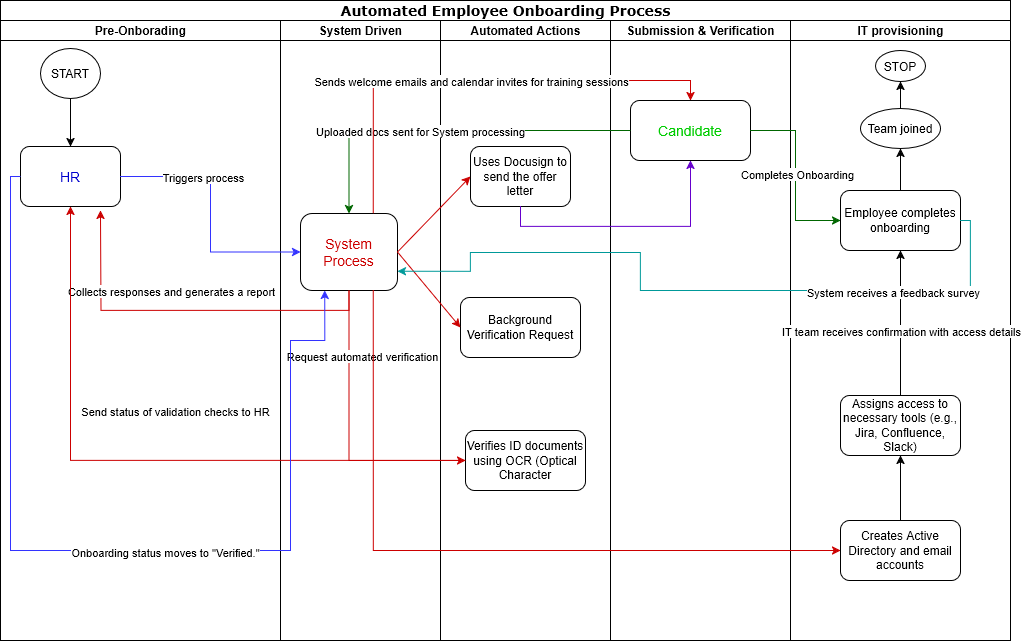
dhiradc/Analytics_Hub keeps this draw.io diagram as Case Studies/Automated_Employee_Onboarding_Process.drawio.png. Above is the earlier version. Source tidied: cells renumbered, new cells last; positions are measured from the earlier drawing's top-left corner, leaving out a move shared by most shapes.
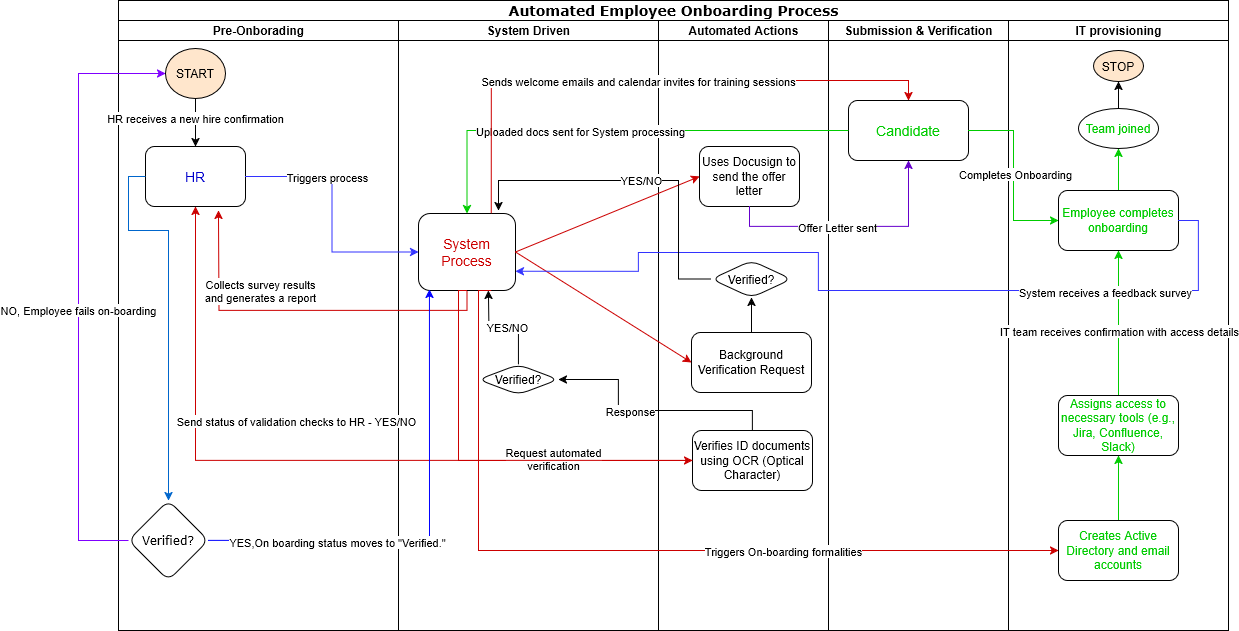
Later version of the same file.

Commit message:
Updated the process flow

Change to the diagram source:
```diff
@@ -5,9 +5,9 @@
     <mxCell id="2" value="&lt;font style=&quot;font-size: 14px;&quot;&gt;&lt;strong&gt;Automated Employee Onboarding Process&lt;/strong&gt;&lt;/font&gt;" style="swimlane;html=1;startSize=20;rounded=0;shadow=0;labelBackgroundColor=none;strokeWidth=1;fontFamily=Verdana;fontSize=8;align=center;" parent="1" vertex="1">
-      <mxGeometry width="1010" height="640" as="geometry" />
+      <mxGeometry width="1110" height="630" as="geometry" />
     </mxCell>
     <mxCell id="3" value="Pre-Onborading" style="swimlane;html=1;startSize=20;" parent="2" vertex="1">
-      <mxGeometry y="20" width="280" height="620" as="geometry" />
+      <mxGeometry y="20" width="280" height="610" as="geometry" />
     </mxCell>
     <mxCell id="4" value="&lt;font style=&quot;font-size: 14px; color: rgb(0, 0, 204);&quot; face=&quot;Helvetica&quot;&gt;HR&lt;/font&gt;" style="rounded=1;whiteSpace=wrap;html=1;shadow=0;labelBackgroundColor=none;strokeWidth=1;fontFamily=Verdana;fontSize=8;align=center;" parent="3" vertex="1">
-      <mxGeometry x="20" y="126" width="100" height="60" as="geometry" />
+      <mxGeometry x="27" y="126" width="100" height="60" as="geometry" />
     </mxCell>
@@ -16,6 +16,32 @@
     </mxCell>
+    <mxCell id="55" value="HR receives a new hire confirmation" style="edgeLabel;html=1;align=center;verticalAlign=middle;" parent="5" vertex="1">
+      <mxGeometry x="-0.21" y="-1" relative="1" as="geometry" />
+    </mxCell>
-    <mxCell id="6" value="START" style="ellipse;whiteSpace=wrap;html=1;" parent="3" vertex="1">
-      <mxGeometry x="40" y="28" width="60" height="50" as="geometry" />
+    <mxCell id="6" value="START" style="ellipse;whiteSpace=wrap;html=1;fillColor=#FFE6CC;" parent="3" vertex="1">
+      <mxGeometry x="47" y="28" width="60" height="50" as="geometry" />
     </mxCell>
+    <mxCell id="56" style="edgeStyle=orthogonalEdgeStyle;rounded=0;jettySize=auto;html=1;exitX=0;exitY=0.5;exitDx=0;exitDy=0;entryX=0;entryY=0.5;entryDx=0;entryDy=0;strokeColor=#7F00FF;" parent="3" edge="1" source="58" target="6">
+      <mxGeometry relative="1" as="geometry">
+        <Array as="points">
+          <mxPoint x="-40" y="520" />
+          <mxPoint x="-40" y="53" />
+        </Array>
+      </mxGeometry>
+    </mxCell>
+    <mxCell id="57" value="NO, Employee fails on-boarding" style="edgeLabel;html=1;align=center;verticalAlign=middle;" parent="56" vertex="1">
+      <mxGeometry x="-0.07" y="1" relative="1" as="geometry" />
+    </mxCell>
+    <mxCell id="58" value="&lt;font style=&quot;font-size: 12px;&quot;&gt;Verified?&lt;/font&gt;" style="rhombus;whiteSpace=wrap;html=1;fontSize=8;fontFamily=Verdana;rounded=1;shadow=0;labelBackgroundColor=none;strokeWidth=1;" parent="3" vertex="1">
+      <mxGeometry x="10" y="480" width="80" height="80" as="geometry" />
+    </mxCell>
+    <mxCell id="59" style="edgeStyle=orthogonalEdgeStyle;rounded=0;jettySize=auto;html=1;exitX=0;exitY=0.5;exitDx=0;exitDy=0;strokeColor=#0066CC;" parent="3" edge="1" source="4" target="58">
+      <mxGeometry relative="1" as="geometry">
+        <Array as="points">
+          <mxPoint x="10" y="156" />
+          <mxPoint x="10" y="210" />
+          <mxPoint x="50" y="210" />
+        </Array>
+      </mxGeometry>
+    </mxCell>
-    <mxCell id="7" style="edgeStyle=orthogonalEdgeStyle;rounded=1;html=1;labelBackgroundColor=none;startArrow=none;startFill=0;startSize=5;endArrow=classicThin;endFill=1;endSize=5;jettySize=auto;strokeWidth=1;fontFamily=Verdana;fontSize=8;" parent="2" edge="1" source="x">
+    <mxCell id="7" style="edgeStyle=orthogonalEdgeStyle;rounded=1;html=1;labelBackgroundColor=none;startArrow=none;startFill=0;startSize=5;endArrow=classicThin;endFill=1;endSize=5;jettySize=auto;orthogonalLoop=1;strokeWidth=1;fontFamily=Verdana;fontSize=8;" parent="2" edge="1">
       <mxGeometry relative="1" as="geometry">
@@ -24,3 +50,3 @@
     </mxCell>
-    <mxCell id="8" style="edgeStyle=orthogonalEdgeStyle;rounded=1;html=1;labelBackgroundColor=none;startArrow=none;startFill=0;startSize=5;endArrow=classicThin;endFill=1;endSize=5;jettySize=auto;strokeWidth=1;fontFamily=Verdana;fontSize=8;" parent="2" edge="1" source="x">
+    <mxCell id="8" style="edgeStyle=orthogonalEdgeStyle;rounded=1;html=1;labelBackgroundColor=none;startArrow=none;startFill=0;startSize=5;endArrow=classicThin;endFill=1;endSize=5;jettySize=auto;orthogonalLoop=1;strokeWidth=1;fontFamily=Verdana;fontSize=8;" parent="2" edge="1">
       <mxGeometry relative="1" as="geometry">
@@ -29,3 +55,3 @@
     </mxCell>
-    <mxCell id="9" style="edgeStyle=orthogonalEdgeStyle;rounded=1;html=1;labelBackgroundColor=none;startArrow=none;startFill=0;startSize=5;endArrow=classicThin;endFill=1;endSize=5;jettySize=auto;strokeWidth=1;fontFamily=Verdana;fontSize=8;" parent="2" edge="1" target="x">
+    <mxCell id="9" style="edgeStyle=orthogonalEdgeStyle;rounded=1;html=1;labelBackgroundColor=none;startArrow=none;startFill=0;startSize=5;endArrow=classicThin;endFill=1;endSize=5;jettySize=auto;orthogonalLoop=1;strokeWidth=1;fontFamily=Verdana;fontSize=8;" parent="2" edge="1">
       <mxGeometry relative="1" as="geometry">
@@ -39,3 +65,3 @@
     </mxCell>
-    <mxCell id="10" style="edgeStyle=orthogonalEdgeStyle;rounded=1;html=1;labelBackgroundColor=none;startArrow=none;startFill=0;startSize=5;endArrow=classicThin;endFill=1;endSize=5;jettySize=auto;strokeWidth=1;fontFamily=Verdana;fontSize=8;" parent="2" edge="1" source="x">
+    <mxCell id="10" style="edgeStyle=orthogonalEdgeStyle;rounded=1;html=1;labelBackgroundColor=none;startArrow=none;startFill=0;startSize=5;endArrow=classicThin;endFill=1;endSize=5;jettySize=auto;orthogonalLoop=1;strokeWidth=1;fontFamily=Verdana;fontSize=8;" parent="2" edge="1">
       <mxGeometry relative="1" as="geometry">
@@ -45,3 +71,3 @@
     <mxCell id="11" value="System Driven" style="swimlane;html=1;startSize=20;" parent="2" vertex="1">
-      <mxGeometry x="280" y="20" width="160" height="620" as="geometry" />
+      <mxGeometry x="280" y="20" width="260" height="610" as="geometry" />
     </mxCell>
@@ -52,5 +78,5 @@
     </mxCell>
-    <mxCell id="13" value="Collects responses and generates a report" style="edgeLabel;html=1;align=center;verticalAlign=middle;" parent="12" vertex="1">
+    <mxCell id="13" value="Collects survey results &lt;br&gt;and generates a report" style="edgeLabel;html=1;align=center;verticalAlign=middle;" parent="12" vertex="1">
       <mxGeometry x="-0.26" y="2" relative="1" as="geometry">
-        <mxPoint x="-63" y="-22" as="offset" />
+        <mxPoint x="-92" y="-22" as="offset" />
       </mxGeometry>
@@ -60,18 +86,37 @@
     </mxCell>
+    <mxCell id="60" style="edgeStyle=orthogonalEdgeStyle;rounded=0;jettySize=auto;html=1;" parent="11" edge="1" source="62">
+      <mxGeometry relative="1" as="geometry">
+        <mxPoint x="90" y="270" as="targetPoint" />
+      </mxGeometry>
+    </mxCell>
+    <mxCell id="61" value="YES/NO" style="edgeLabel;html=1;align=center;verticalAlign=middle;" parent="60" vertex="1">
+      <mxGeometry x="-0.06" y="-1" relative="1" as="geometry">
+        <mxPoint x="1" as="offset" />
+      </mxGeometry>
+    </mxCell>
+    <mxCell id="62" value="Verified?" style="rhombus;whiteSpace=wrap;html=1;rounded=1;" parent="11" vertex="1">
+      <mxGeometry x="80" y="344" width="80" height="30" as="geometry" />
+    </mxCell>
     <mxCell id="15" value="Automated Actions" style="swimlane;html=1;startSize=20;" parent="2" vertex="1">
-      <mxGeometry x="440" y="20" width="170" height="620" as="geometry" />
+      <mxGeometry x="540" y="20" width="170" height="610" as="geometry" />
     </mxCell>
     <mxCell id="16" value="&lt;font style=&quot;font-size: 12px;&quot; face=&quot;Helvetica&quot;&gt;Uses Docusign to send the offer letter&lt;/font&gt;" style="rounded=1;whiteSpace=wrap;html=1;shadow=0;labelBackgroundColor=none;strokeWidth=1;fontFamily=Verdana;fontSize=8;align=center;" parent="15" vertex="1">
-      <mxGeometry x="30" y="126" width="100" height="60" as="geometry" />
+      <mxGeometry x="41" y="126" width="100" height="60" as="geometry" />
     </mxCell>
+    <mxCell id="63" style="edgeStyle=orthogonalEdgeStyle;rounded=0;jettySize=auto;html=1;" parent="15" edge="1" source="17" target="64">
+      <mxGeometry relative="1" as="geometry" />
+    </mxCell>
     <mxCell id="17" value="Background Verification Request" style="rounded=1;whiteSpace=wrap;html=1;" parent="15" vertex="1">
-      <mxGeometry x="20" y="277" width="120" height="60" as="geometry" />
+      <mxGeometry x="33" y="312" width="120" height="60" as="geometry" />
     </mxCell>
-    <mxCell id="18" value="Verifies ID documents using OCR (Optical Character" style="rounded=1;whiteSpace=wrap;html=1;" parent="15" vertex="1">
-      <mxGeometry x="25" y="410" width="120" height="60" as="geometry" />
+    <mxCell id="18" value="Verifies ID documents using OCR (Optical Character)" style="rounded=1;whiteSpace=wrap;html=1;" parent="15" vertex="1">
+      <mxGeometry x="34" y="410" width="120" height="60" as="geometry" />
     </mxCell>
+    <mxCell id="64" value="Verified?" style="rhombus;whiteSpace=wrap;html=1;rounded=1;" parent="15" vertex="1">
+      <mxGeometry x="53" y="240" width="80" height="37" as="geometry" />
+    </mxCell>
     <mxCell id="19" value="Submission &amp;amp; Verification" style="swimlane;html=1;startSize=20;" parent="2" vertex="1">
-      <mxGeometry x="610" y="20" width="180" height="620" as="geometry" />
+      <mxGeometry x="710" y="20" width="180" height="610" as="geometry" />
     </mxCell>
-    <mxCell id="20" style="edgeStyle=orthogonalEdgeStyle;rounded=1;html=1;labelBackgroundColor=none;startArrow=none;startFill=0;startSize=5;endArrow=classicThin;endFill=1;endSize=5;jettySize=auto;strokeColor=#000000;strokeWidth=1;fontFamily=Verdana;fontSize=8;fontColor=#000000;" parent="19" edge="1" target="x">
+    <mxCell id="20" style="edgeStyle=orthogonalEdgeStyle;rounded=1;html=1;labelBackgroundColor=none;startArrow=none;startFill=0;startSize=5;endArrow=classicThin;endFill=1;endSize=5;jettySize=auto;orthogonalLoop=1;strokeColor=#000000;strokeWidth=1;fontFamily=Verdana;fontSize=8;fontColor=#000000;" parent="19" edge="1">
       <mxGeometry relative="1" as="geometry">
@@ -80,3 +125,3 @@
     </mxCell>
-    <mxCell id="21" style="edgeStyle=orthogonalEdgeStyle;rounded=1;html=1;labelBackgroundColor=none;startArrow=none;startFill=0;startSize=5;endArrow=classicThin;endFill=1;endSize=5;jettySize=auto;strokeWidth=1;fontFamily=Verdana;fontSize=8;" parent="19" edge="1" source="x">
+    <mxCell id="21" style="edgeStyle=orthogonalEdgeStyle;rounded=1;html=1;labelBackgroundColor=none;startArrow=none;startFill=0;startSize=5;endArrow=classicThin;endFill=1;endSize=5;jettySize=auto;orthogonalLoop=1;strokeWidth=1;fontFamily=Verdana;fontSize=8;" parent="19" edge="1">
       <mxGeometry relative="1" as="geometry">
@@ -85,3 +130,3 @@
     </mxCell>
-    <mxCell id="22" style="edgeStyle=orthogonalEdgeStyle;rounded=1;html=1;labelBackgroundColor=none;startArrow=none;startFill=0;startSize=5;endArrow=classicThin;endFill=1;endSize=5;jettySize=auto;strokeWidth=1;fontFamily=Verdana;fontSize=8;" parent="19" edge="1" target="x">
+    <mxCell id="22" style="edgeStyle=orthogonalEdgeStyle;rounded=1;html=1;labelBackgroundColor=none;startArrow=none;startFill=0;startSize=5;endArrow=classicThin;endFill=1;endSize=5;jettySize=auto;orthogonalLoop=1;strokeWidth=1;fontFamily=Verdana;fontSize=8;" parent="19" edge="1">
       <mxGeometry relative="1" as="geometry">
@@ -94,11 +139,11 @@
     <mxCell id="24" value="IT provisioning" style="swimlane;html=1;startSize=20;" parent="2" vertex="1">
-      <mxGeometry x="790" y="20" width="220" height="620" as="geometry" />
+      <mxGeometry x="890" y="20" width="220" height="610" as="geometry" />
     </mxCell>
-    <mxCell id="25" style="edgeStyle=orthogonalEdgeStyle;rounded=0;jettySize=auto;html=1;" parent="24" edge="1" source="26" target="29">
+    <mxCell id="25" style="edgeStyle=orthogonalEdgeStyle;rounded=0;jettySize=auto;html=1;strokeColor=#00CC00;" parent="24" edge="1" source="26" target="29">
       <mxGeometry relative="1" as="geometry" />
     </mxCell>
-    <mxCell id="26" value="Creates Active Directory and email accounts" style="rounded=1;whiteSpace=wrap;html=1;" parent="24" vertex="1">
+    <mxCell id="26" value="&lt;span style=&quot;color: rgb(0, 204, 0);&quot;&gt;Creates Active Directory and email accounts&lt;/span&gt;" style="rounded=1;whiteSpace=wrap;html=1;" parent="24" vertex="1">
       <mxGeometry x="50" y="500" width="120" height="60" as="geometry" />
     </mxCell>
-    <mxCell id="27" style="edgeStyle=orthogonalEdgeStyle;rounded=0;jettySize=auto;html=1;entryX=0.5;entryY=1;entryDx=0;entryDy=0;" parent="24" edge="1" source="29" target="31">
+    <mxCell id="27" style="edgeStyle=orthogonalEdgeStyle;rounded=0;jettySize=auto;html=1;entryX=0.5;entryY=1;entryDx=0;entryDy=0;strokeColor=#00CC00;" parent="24" edge="1" source="29" target="31">
       <mxGeometry relative="1" as="geometry" />
@@ -108,9 +153,9 @@
     </mxCell>
-    <mxCell id="29" value="Assigns access to necessary tools (e.g., Jira, Confluence, Slack)" style="rounded=1;whiteSpace=wrap;html=1;" parent="24" vertex="1">
+    <mxCell id="29" value="&lt;span style=&quot;color: rgb(0, 204, 0);&quot;&gt;Assigns access to necessary tools (e.g., Jira, Confluence, Slack)&lt;/span&gt;" style="rounded=1;whiteSpace=wrap;html=1;" parent="24" vertex="1">
       <mxGeometry x="50" y="375" width="120" height="60" as="geometry" />
     </mxCell>
-    <mxCell id="30" style="edgeStyle=orthogonalEdgeStyle;rounded=0;jettySize=auto;html=1;" parent="24" edge="1" source="31" target="33">
+    <mxCell id="30" style="edgeStyle=orthogonalEdgeStyle;rounded=0;jettySize=auto;html=1;strokeColor=#00CC00;" parent="24" edge="1" source="31" target="33">
       <mxGeometry relative="1" as="geometry" />
     </mxCell>
-    <mxCell id="31" value="Employee completes onboarding" style="rounded=1;whiteSpace=wrap;html=1;" parent="24" vertex="1">
+    <mxCell id="31" value="&lt;span style=&quot;color: rgb(0, 204, 0);&quot;&gt;Employee completes onboarding&lt;/span&gt;" style="rounded=1;whiteSpace=wrap;html=1;" parent="24" vertex="1">
       <mxGeometry x="50" y="170" width="120" height="60" as="geometry" />
@@ -120,6 +165,6 @@
     </mxCell>
-    <mxCell id="33" value="Team joined" style="ellipse;whiteSpace=wrap;html=1;rounded=1;" parent="24" vertex="1">
+    <mxCell id="33" value="&lt;span style=&quot;color: rgb(0, 204, 0);&quot;&gt;Team joined&lt;/span&gt;" style="ellipse;whiteSpace=wrap;html=1;rounded=1;" parent="24" vertex="1">
       <mxGeometry x="70" y="88" width="80" height="40" as="geometry" />
     </mxCell>
-    <mxCell id="34" value="STOP" style="ellipse;whiteSpace=wrap;html=1;rounded=1;" parent="24" vertex="1">
+    <mxCell id="34" value="STOP" style="ellipse;whiteSpace=wrap;html=1;rounded=1;fillColor=#FFE6CC;" parent="24" vertex="1">
       <mxGeometry x="85" y="30" width="50" height="31" as="geometry" />
@@ -140,3 +185,3 @@
     </mxCell>
-    <mxCell id="39" style="edgeStyle=orthogonalEdgeStyle;rounded=0;jettySize=auto;html=1;strokeColor=#006600;" parent="2" edge="1" source="23" target="14">
+    <mxCell id="39" style="edgeStyle=orthogonalEdgeStyle;rounded=0;jettySize=auto;html=1;strokeColor=#00CC00;" parent="2" edge="1" source="23" target="14">
       <mxGeometry relative="1" as="geometry" />
@@ -149,8 +194,16 @@
     </mxCell>
+    <mxCell id="65" value="Offer Letter sent" style="edgeLabel;html=1;align=center;verticalAlign=middle;" parent="41" vertex="1">
+      <mxGeometry x="-0.13" relative="1" as="geometry" />
+    </mxCell>
     <mxCell id="42" style="edgeStyle=orthogonalEdgeStyle;rounded=0;jettySize=auto;html=1;entryX=0;entryY=0.5;entryDx=0;entryDy=0;exitX=0.5;exitY=1;exitDx=0;exitDy=0;strokeColor=#CC0000;" parent="2" edge="1" source="14" target="18">
-      <mxGeometry relative="1" as="geometry" />
+      <mxGeometry relative="1" as="geometry">
+        <Array as="points">
+          <mxPoint x="340" y="290" />
+          <mxPoint x="340" y="460" />
+        </Array>
+      </mxGeometry>
     </mxCell>
-    <mxCell id="43" value="Request automated verification" style="edgeLabel;html=1;align=center;verticalAlign=middle;" parent="42" vertex="1">
+    <mxCell id="43" value="Request automated &lt;br&gt;verification" style="edgeLabel;html=1;align=center;verticalAlign=middle;" parent="42" vertex="1">
       <mxGeometry x="-0.55" relative="1" as="geometry">
-        <mxPoint x="13" as="offset" />
+        <mxPoint x="94" y="83" as="offset" />
       </mxGeometry>
@@ -160,24 +213,18 @@
     </mxCell>
-    <mxCell id="45" value="Send status of validation checks to HR" style="edgeLabel;html=1;align=center;verticalAlign=middle;" parent="44" vertex="1">
+    <mxCell id="45" value="Send status of validation checks to HR - YES/NO" style="edgeLabel;html=1;align=center;verticalAlign=middle;" parent="44" vertex="1">
       <mxGeometry x="-0.17" y="-1" relative="1" as="geometry">
-        <mxPoint x="-21" y="-49" as="offset" />
+        <mxPoint x="-85" y="-39" as="offset" />
       </mxGeometry>
     </mxCell>
-    <mxCell id="46" style="edgeStyle=orthogonalEdgeStyle;rounded=0;jettySize=auto;html=1;entryX=0.25;entryY=1;entryDx=0;entryDy=0;strokeColor=#3333FF;" parent="2" edge="1" source="4" target="14">
-      <mxGeometry relative="1" as="geometry">
-        <Array as="points">
-          <mxPoint x="10" y="176" />
-          <mxPoint x="10" y="550" />
-          <mxPoint x="290" y="550" />
-          <mxPoint x="290" y="340" />
-          <mxPoint x="324" y="340" />
-        </Array>
-      </mxGeometry>
-    </mxCell>
-    <mxCell id="47" value="Onboarding status moves to &quot;Verified.&quot;" style="edgeLabel;html=1;align=center;verticalAlign=middle;" parent="46" vertex="1">
-      <mxGeometry x="0.12" y="-1" relative="1" as="geometry" />
-    </mxCell>
     <mxCell id="48" style="edgeStyle=orthogonalEdgeStyle;rounded=0;jettySize=auto;html=1;entryX=0;entryY=0.5;entryDx=0;entryDy=0;exitX=0.75;exitY=1;exitDx=0;exitDy=0;strokeColor=#CC0000;" parent="2" edge="1" source="14" target="26">
-      <mxGeometry relative="1" as="geometry" />
+      <mxGeometry relative="1" as="geometry">
+        <Array as="points">
+          <mxPoint x="360" y="290" />
+          <mxPoint x="360" y="550" />
+        </Array>
+      </mxGeometry>
     </mxCell>
+    <mxCell id="66" value="Triggers On-boarding formalities" style="edgeLabel;html=1;align=center;verticalAlign=middle;" parent="48" vertex="1">
+      <mxGeometry x="0.35" relative="1" as="geometry" />
+    </mxCell>
     <mxCell id="49" style="edgeStyle=orthogonalEdgeStyle;rounded=0;jettySize=auto;html=1;exitX=0.75;exitY=0;exitDx=0;exitDy=0;entryX=0.5;entryY=0;entryDx=0;entryDy=0;strokeColor=#CC0000;" parent="2" edge="1" source="14" target="23">
@@ -188,3 +235,3 @@
     </mxCell>
-    <mxCell id="51" style="edgeStyle=orthogonalEdgeStyle;rounded=0;jettySize=auto;html=1;entryX=0;entryY=0.5;entryDx=0;entryDy=0;strokeColor=#006600;" parent="2" edge="1" source="23" target="31">
+    <mxCell id="51" style="edgeStyle=orthogonalEdgeStyle;rounded=0;jettySize=auto;html=1;entryX=0;entryY=0.5;entryDx=0;entryDy=0;strokeColor=#00CC00;" parent="2" edge="1" source="23" target="31">
       <mxGeometry relative="1" as="geometry" />
@@ -194,11 +241,11 @@
     </mxCell>
-    <mxCell id="53" style="edgeStyle=orthogonalEdgeStyle;rounded=0;jettySize=auto;html=1;entryX=1;entryY=0.75;entryDx=0;entryDy=0;exitX=1;exitY=0.5;exitDx=0;exitDy=0;strokeColor=#009999;" parent="2" edge="1" source="31" target="14">
+    <mxCell id="53" style="edgeStyle=orthogonalEdgeStyle;rounded=0;jettySize=auto;html=1;entryX=1;entryY=0.75;entryDx=0;entryDy=0;exitX=1;exitY=0.5;exitDx=0;exitDy=0;strokeColor=#3333FF;" parent="2" edge="1" source="31" target="14">
       <mxGeometry relative="1" as="geometry">
         <Array as="points">
-          <mxPoint x="970" y="220" />
-          <mxPoint x="970" y="290" />
-          <mxPoint x="640" y="290" />
-          <mxPoint x="640" y="252" />
-          <mxPoint x="470" y="252" />
-          <mxPoint x="470" y="271" />
+          <mxPoint x="1080" y="220" />
+          <mxPoint x="1080" y="290" />
+          <mxPoint x="700" y="290" />
+          <mxPoint x="700" y="252" />
+          <mxPoint x="520" y="252" />
+          <mxPoint x="520" y="271" />
         </Array>
@@ -209,2 +256,37 @@
     </mxCell>
+    <mxCell id="67" style="edgeStyle=orthogonalEdgeStyle;rounded=0;jettySize=auto;html=1;" parent="2" edge="1" source="64">
+      <mxGeometry relative="1" as="geometry">
+        <mxPoint x="380" y="210" as="targetPoint" />
+        <Array as="points">
+          <mxPoint x="560" y="279" />
+          <mxPoint x="560" y="180" />
+          <mxPoint x="380" y="180" />
+        </Array>
+      </mxGeometry>
+    </mxCell>
+    <mxCell id="68" value="YES/NO" style="edgeLabel;html=1;align=center;verticalAlign=middle;" parent="67" vertex="1">
+      <mxGeometry x="-0.1" y="2" relative="1" as="geometry">
+        <mxPoint x="-15" y="-3" as="offset" />
+      </mxGeometry>
+    </mxCell>
+    <mxCell id="69" style="edgeStyle=orthogonalEdgeStyle;rounded=0;jettySize=auto;html=1;entryX=1;entryY=0.5;entryDx=0;entryDy=0;" parent="2" edge="1" source="18" target="62">
+      <mxGeometry relative="1" as="geometry">
+        <Array as="points">
+          <mxPoint x="634" y="410" />
+          <mxPoint x="500" y="410" />
+          <mxPoint x="500" y="379" />
+        </Array>
+      </mxGeometry>
+    </mxCell>
+    <mxCell id="70" value="Response" style="edgeLabel;html=1;align=center;verticalAlign=middle;" parent="69" vertex="1">
+      <mxGeometry x="0.17" relative="1" as="geometry" />
+    </mxCell>
+    <mxCell id="71" style="edgeStyle=orthogonalEdgeStyle;rounded=0;jettySize=auto;html=1;entryX=0.113;entryY=0.987;entryDx=0;entryDy=0;entryPerimeter=0;strokeColor=#0000FF;" parent="2" edge="1" source="58" target="14">
+      <mxGeometry relative="1" as="geometry" />
+    </mxCell>
+    <mxCell id="72" value="YES,On boarding status moves to &quot;Verified.&quot;" style="edgeLabel;html=1;align=center;verticalAlign=middle;" parent="71" vertex="1">
+      <mxGeometry x="-0.53" y="-1" relative="1" as="geometry">
+        <mxPoint x="18" as="offset" />
+      </mxGeometry>
+    </mxCell>
   </root>
```
